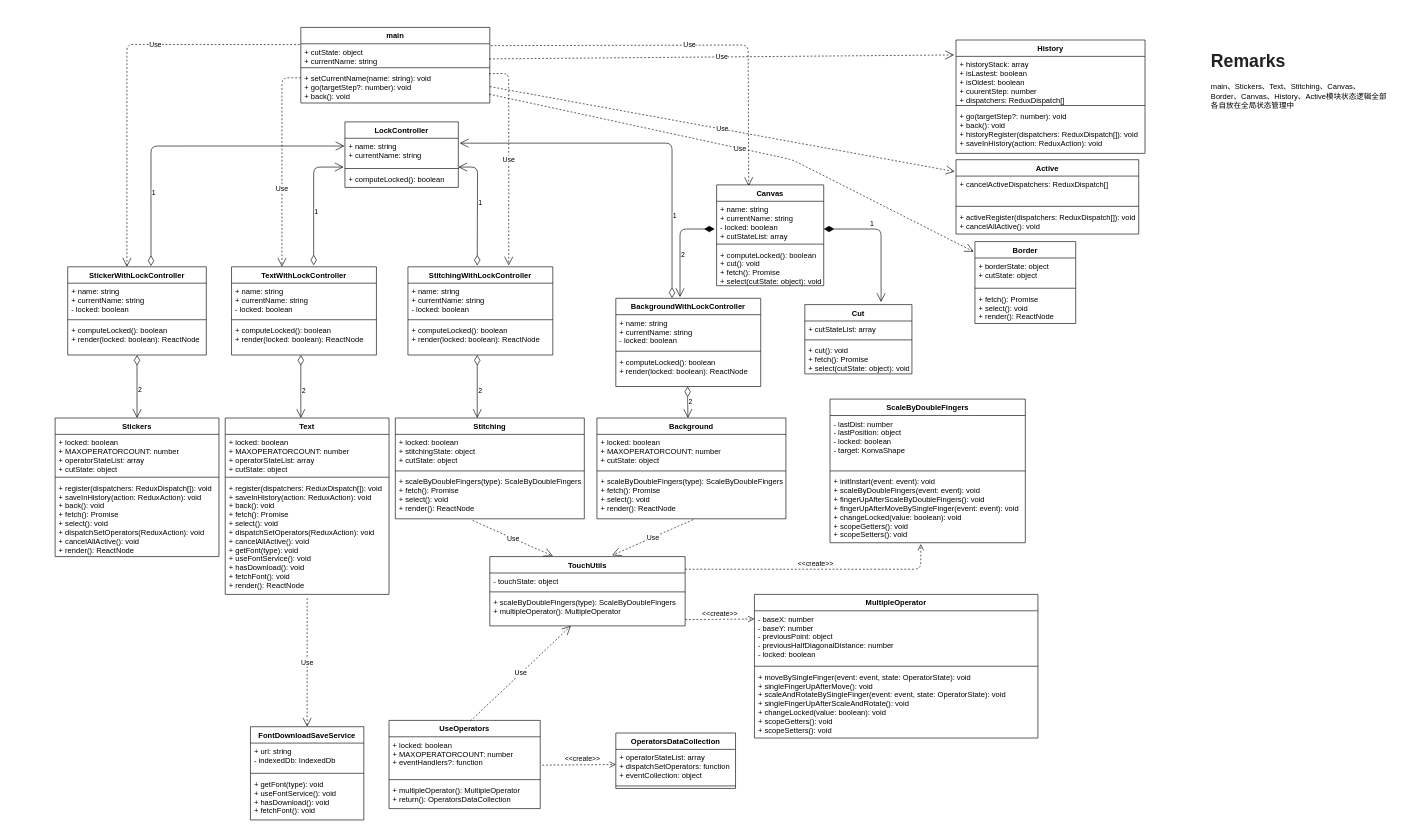
HiWayne/UMLDesign keeps this draw.io diagram as duitangFE/图文工具.drawio. Above is the earlier version. Source tidied: cells renumbered, new cells numbered last; positions are measured from the earlier drawing's top-left corner, leaving out a move shared by most shapes. Both pictures are drawn from the tidied source at 63%, with x=0, y=0 at pixel (55, 27).
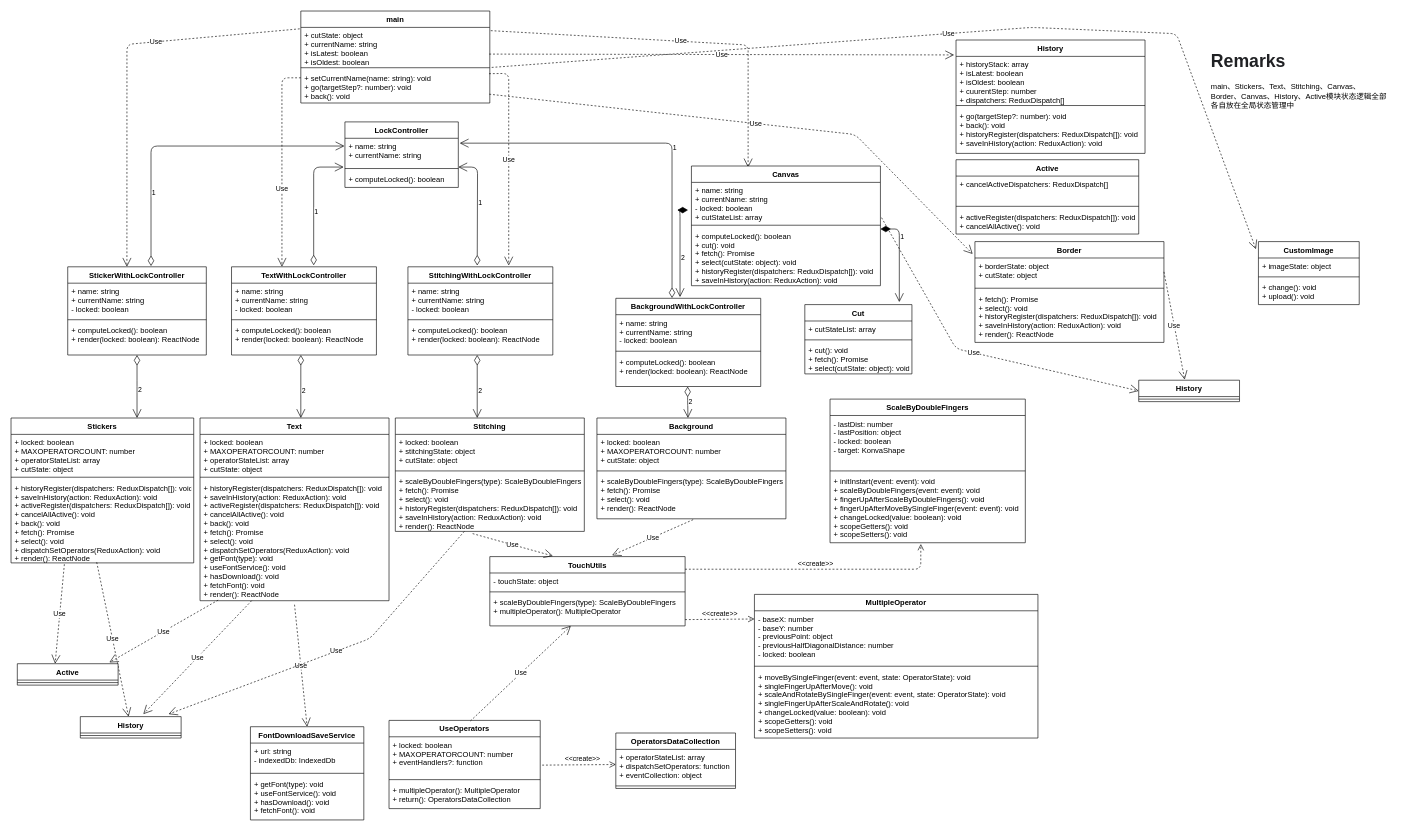
After the change.

Unchanged cells that the change refers to:
```xml
<mxCell id="12" value="+ name: string&#10;+ currentName: string" style="text;strokeColor=none;fillColor=none;align=left;verticalAlign=top;spacingLeft=4;spacingRight=4;overflow=hidden;points=[[0,0.5],[1,0.5]];portConstraint=eastwest;" parent="11" vertex="1">
  <mxGeometry y="26" width="180" height="44" as="geometry" />
</mxCell>
<mxCell id="24" value="BackgroundWithLockController" style="swimlane;fontStyle=1;align=center;verticalAlign=top;horizontal=1;startSize=26;" parent="1" vertex="1">
  <mxGeometry x="890" y="430" width="230" height="140" as="geometry" />
</mxCell>
<mxCell id="79" value="History" style="swimlane;fontStyle=1;align=center;verticalAlign=top;horizontal=1;startSize=26;fontColor=#000000;html=0;" parent="1" vertex="1">
  <mxGeometry x="1430" y="20" width="300" height="180" as="geometry" />
</mxCell>
<mxCell id="84" value="Cut" style="swimlane;fontStyle=1;align=center;verticalAlign=top;horizontal=1;startSize=26;fontColor=#000000;html=0;" parent="1" vertex="1">
  <mxGeometry x="1190" y="440" width="170" height="110" as="geometry" />
</mxCell>
<mxCell id="88" value="Active" style="swimlane;fontStyle=1;align=center;verticalAlign=top;horizontal=1;startSize=26;fontColor=#000000;html=0;" parent="1" vertex="1">
  <mxGeometry x="1430" y="210" width="290" height="118" as="geometry" />
</mxCell>
```

The edit, as a diff of the source:
```diff
@@
     <mxCell id="2" value="main" style="swimlane;fontStyle=1;align=center;verticalAlign=top;horizontal=1;startSize=26;" parent="1" vertex="1">
-      <mxGeometry x="390" width="300" height="120" as="geometry" />
+      <mxGeometry x="390" y="-26" width="300" height="146" as="geometry" />
     </mxCell>
-    <mxCell id="3" value="+ cutState: object&#10;+ currentName: string" style="text;strokeColor=none;fillColor=none;align=left;verticalAlign=top;spacingLeft=4;spacingRight=4;overflow=hidden;points=[[0,0.5],[1,0.5]];portConstraint=eastwest;" parent="2" vertex="1">
-      <mxGeometry y="26" width="300" height="34" as="geometry" />
+    <mxCell id="3" value="+ cutState: object&#10;+ currentName: string&#10;+ isLatest: boolean&#10;+ isOldest: boolean" style="text;strokeColor=none;fillColor=none;align=left;verticalAlign=top;spacingLeft=4;spacingRight=4;overflow=hidden;points=[[0,0.5],[1,0.5]];portConstraint=eastwest;" parent="2" vertex="1">
+      <mxGeometry y="26" width="300" height="60" as="geometry" />
     </mxCell>
     <mxCell id="4" style="line;strokeWidth=1;fillColor=none;align=left;verticalAlign=middle;spacingTop=-1;spacingLeft=3;spacingRight=3;labelPosition=right;" parent="2" vertex="1">
-      <mxGeometry y="60" width="300" height="8" as="geometry" />
+      <mxGeometry y="86" width="300" height="8" as="geometry" />
     </mxCell>
     <mxCell id="5" value="+ setCurrentName(name: string): void&#10;+ go(targetStep?: number): void&#10;+ back(): void" style="text;strokeColor=none;fillColor=none;align=left;verticalAlign=top;spacingLeft=4;spacingRight=4;overflow=hidden;points=[[0,0.5],[1,0.5]];portConstraint=eastwest;" parent="2" vertex="1">
-      <mxGeometry y="68" width="300" height="52" as="geometry" />
+      <mxGeometry y="94" width="300" height="52" as="geometry" />
     </mxCell>
@@
     <mxCell id="30" value="Stickers" style="swimlane;fontStyle=1;align=center;verticalAlign=top;horizontal=1;startSize=26;" parent="1" vertex="1">
-      <mxGeometry y="620" width="260" height="220" as="geometry" />
+      <mxGeometry x="-70" y="620" width="290" height="230" as="geometry" />
     </mxCell>
     <mxCell id="31" value="+ locked: boolean&#10;+ MAXOPERATORCOUNT: number&#10;+ operatorStateList: array&#10;+ cutState: object" style="text;strokeColor=none;fillColor=none;align=left;verticalAlign=top;spacingLeft=4;spacingRight=4;overflow=hidden;" parent="30" vertex="1">
-      <mxGeometry y="26" width="260" height="64" as="geometry" />
+      <mxGeometry y="26" width="290" height="64" as="geometry" />
     </mxCell>
     <mxCell id="32" style="line;strokeWidth=1;fillColor=none;align=left;verticalAlign=middle;spacingTop=-1;spacingLeft=3;spacingRight=3;labelPosition=right;" parent="30" vertex="1">
-      <mxGeometry y="90" width="260" height="8" as="geometry" />
+      <mxGeometry y="90" width="290" height="8" as="geometry" />
     </mxCell>
-    <mxCell id="33" value="+ register(dispatchers: ReduxDispatch[]): void&#10;+ saveInHistory(action: ReduxAction): void &#10;+ back(): void&#10;+ fetch(): Promise&#10;+ select(): void&#10;+ dispatchSetOperators(ReduxAction): void&#10;+ cancelAllActive(): void&#10;+ render(): ReactNode" style="text;strokeColor=none;fillColor=none;align=left;verticalAlign=top;spacingLeft=4;spacingRight=4;overflow=hidden;points=[[0,0.5],[1,0.5]];portConstraint=eastwest;" parent="30" vertex="1">
-      <mxGeometry y="98" width="260" height="122" as="geometry" />
+    <mxCell id="33" value="+ historyRegister(dispatchers: ReduxDispatch[]): void&#10;+ saveInHistory(action: ReduxAction): void&#10;+ activeRegister(dispatchers: ReduxDispatch[]): void&#10;+ cancelAllActive(): void&#10;+ back(): void&#10;+ fetch(): Promise&#10;+ select(): void&#10;+ dispatchSetOperators(ReduxAction): void&#10;+ render(): ReactNode" style="text;strokeColor=none;fillColor=none;align=left;verticalAlign=top;spacingLeft=4;spacingRight=4;overflow=hidden;points=[[0,0.5],[1,0.5]];portConstraint=eastwest;" parent="30" vertex="1">
+      <mxGeometry y="98" width="290" height="132" as="geometry" />
     </mxCell>
     <mxCell id="34" value="Text" style="swimlane;fontStyle=1;align=center;verticalAlign=top;horizontal=1;startSize=26;" parent="1" vertex="1">
-      <mxGeometry x="270" y="620" width="260" height="280" as="geometry" />
+      <mxGeometry x="230" y="620" width="300" height="290" as="geometry" />
     </mxCell>
     <mxCell id="35" value="+ locked: boolean&#10;+ MAXOPERATORCOUNT: number&#10;+ operatorStateList: array&#10;+ cutState: object" style="text;strokeColor=none;fillColor=none;align=left;verticalAlign=top;spacingLeft=4;spacingRight=4;overflow=hidden;" parent="34" vertex="1">
-      <mxGeometry y="26" width="260" height="64" as="geometry" />
+      <mxGeometry y="26" width="300" height="64" as="geometry" />
     </mxCell>
     <mxCell id="36" style="line;strokeWidth=1;fillColor=none;align=left;verticalAlign=middle;spacingTop=-1;spacingLeft=3;spacingRight=3;labelPosition=right;" parent="34" vertex="1">
-      <mxGeometry y="90" width="260" height="8" as="geometry" />
+      <mxGeometry y="90" width="300" height="8" as="geometry" />
     </mxCell>
-    <mxCell id="37" value="+ register(dispatchers: ReduxDispatch[]): void&#10;+ saveInHistory(action: ReduxAction): void&#10;+ back(): void&#10;+ fetch(): Promise&#10;+ select(): void&#10;+ dispatchSetOperators(ReduxAction): void&#10;+ cancelAllActive(): void&#10;+ getFont(type): void&#10;+ useFontService(): void&#10;+ hasDownload(): void&#10;+ fetchFont(): void&#10;+ render(): ReactNode" style="text;strokeColor=none;fillColor=none;align=left;verticalAlign=top;spacingLeft=4;spacingRight=4;overflow=hidden;points=[[0,0.5],[1,0.5]];portConstraint=eastwest;" parent="34" vertex="1">
-      <mxGeometry y="98" width="260" height="182" as="geometry" />
+    <mxCell id="37" value="+ historyRegister(dispatchers: ReduxDispatch[]): void&#10;+ saveInHistory(action: ReduxAction): void&#10;+ activeRegister(dispatchers: ReduxDispatch[]): void&#10;+ cancelAllActive(): void&#10;+ back(): void&#10;+ fetch(): Promise&#10;+ select(): void&#10;+ dispatchSetOperators(ReduxAction): void&#10;+ getFont(type): void&#10;+ useFontService(): void&#10;+ hasDownload(): void&#10;+ fetchFont(): void&#10;+ render(): ReactNode" style="text;strokeColor=none;fillColor=none;align=left;verticalAlign=top;spacingLeft=4;spacingRight=4;overflow=hidden;points=[[0,0.5],[1,0.5]];portConstraint=eastwest;" parent="34" vertex="1">
+      <mxGeometry y="98" width="300" height="192" as="geometry" />
     </mxCell>
     <mxCell id="38" value="Stitching" style="swimlane;fontStyle=1;align=center;verticalAlign=top;horizontal=1;startSize=26;" parent="1" vertex="1">
-      <mxGeometry x="540" y="620" width="300" height="160" as="geometry" />
+      <mxGeometry x="540" y="620" width="300" height="180" as="geometry" />
     </mxCell>
@@
-    <mxCell id="41" value="+ scaleByDoubleFingers(type): ScaleByDoubleFingers&#10;+ fetch(): Promise&#10;+ select(): void&#10;+ render(): ReactNode" style="text;strokeColor=none;fillColor=none;align=left;verticalAlign=top;spacingLeft=4;spacingRight=4;overflow=hidden;points=[[0,0.5],[1,0.5]];portConstraint=eastwest;" parent="38" vertex="1">
-      <mxGeometry y="88" width="300" height="72" as="geometry" />
+    <mxCell id="41" value="+ scaleByDoubleFingers(type): ScaleByDoubleFingers&#10;+ fetch(): Promise&#10;+ select(): void&#10;+ historyRegister(dispatchers: ReduxDispatch[]): void&#10;+ saveInHistory(action: ReduxAction): void&#10;+ render(): ReactNode" style="text;strokeColor=none;fillColor=none;align=left;verticalAlign=top;spacingLeft=4;spacingRight=4;overflow=hidden;points=[[0,0.5],[1,0.5]];portConstraint=eastwest;" parent="38" vertex="1">
+      <mxGeometry y="88" width="300" height="92" as="geometry" />
     </mxCell>
@@
     <mxCell id="57" value="1" style="endArrow=open;html=1;endSize=12;startArrow=diamondThin;startSize=14;startFill=0;edgeStyle=orthogonalEdgeStyle;align=left;verticalAlign=bottom;fontColor=#000000;exitX=0.388;exitY=-0.003;exitDx=0;exitDy=0;exitPerimeter=0;entryX=1.012;entryY=0.176;entryDx=0;entryDy=0;entryPerimeter=0;" parent="1" edge="1" source="24" target="12">
-      <mxGeometry x="-0.58" relative="1" as="geometry" />
+      <mxGeometry x="-0.21" relative="1" as="geometry" />
     </mxCell>
@@
-    <mxCell id="80" value="+ historyStack: array&#10;+ isLastest: boolean&#10;+ isOldest: boolean&#10;+ cuurentStep: number&#10;+ dispatchers: ReduxDispatch[]" style="text;strokeColor=none;fillColor=none;align=left;verticalAlign=top;spacingLeft=4;spacingRight=4;overflow=hidden;points=[[0,0.5],[1,0.5]];portConstraint=eastwest;" parent="79" vertex="1">
+    <mxCell id="80" value="+ historyStack: array&#10;+ isLatest: boolean&#10;+ isOldest: boolean&#10;+ cuurentStep: number&#10;+ dispatchers: ReduxDispatch[]" style="text;strokeColor=none;fillColor=none;align=left;verticalAlign=top;spacingLeft=4;spacingRight=4;overflow=hidden;points=[[0,0.5],[1,0.5]];portConstraint=eastwest;" parent="79" vertex="1">
       <mxGeometry y="26" width="300" height="74" as="geometry" />
     </mxCell>
@@
-    <mxCell id="92" value="Use" style="endArrow=open;endSize=12;dashed=1;html=1;fontColor=#000000;exitX=1;exitY=0.5;exitDx=0;exitDy=0;entryX=-0.007;entryY=0.16;entryDx=0;entryDy=0;entryPerimeter=0;" parent="1" edge="1" source="5" target="88">
-      <mxGeometry relative="1" as="geometry" />
-    </mxCell>
@@
     <mxCell id="98" value="Border" style="swimlane;fontStyle=1;align=center;verticalAlign=top;horizontal=1;startSize=26;" parent="1" vertex="1">
-      <mxGeometry x="1460" y="340" width="160" height="130" as="geometry" />
+      <mxGeometry x="1460" y="340" width="300" height="160" as="geometry" />
     </mxCell>
     <mxCell id="99" value="+ borderState: object&#10;+ cutState: object" style="text;strokeColor=none;fillColor=none;align=left;verticalAlign=top;spacingLeft=4;spacingRight=4;overflow=hidden;points=[[0,0.5],[1,0.5]];portConstraint=eastwest;" parent="98" vertex="1">
-      <mxGeometry y="26" width="160" height="44" as="geometry" />
+      <mxGeometry y="26" width="300" height="44" as="geometry" />
     </mxCell>
     <mxCell id="100" style="line;strokeWidth=1;fillColor=none;align=left;verticalAlign=middle;spacingTop=-1;spacingLeft=3;spacingRight=3;labelPosition=right;" parent="98" vertex="1">
-      <mxGeometry y="70" width="160" height="8" as="geometry" />
+      <mxGeometry y="70" width="300" height="8" as="geometry" />
     </mxCell>
-    <mxCell id="101" value="+ fetch(): Promise&#10;+ select(): void&#10;+ render(): ReactNode" style="text;strokeColor=none;fillColor=none;align=left;verticalAlign=top;spacingLeft=4;spacingRight=4;overflow=hidden;" parent="98" vertex="1">
-      <mxGeometry y="78" width="160" height="52" as="geometry" />
+    <mxCell id="101" value="+ fetch(): Promise&#10;+ select(): void&#10;+ historyRegister(dispatchers: ReduxDispatch[]): void&#10;+ saveInHistory(action: ReduxAction): void&#10;+ render(): ReactNode" style="text;strokeColor=none;fillColor=none;align=left;verticalAlign=top;spacingLeft=4;spacingRight=4;overflow=hidden;" parent="98" vertex="1">
+      <mxGeometry y="78" width="300" height="82" as="geometry" />
     </mxCell>
     <mxCell id="102" value="Use" style="endArrow=open;endSize=12;dashed=1;html=1;exitX=0.997;exitY=0.731;exitDx=0;exitDy=0;exitPerimeter=0;entryX=-0.012;entryY=0.123;entryDx=0;entryDy=0;entryPerimeter=0;" parent="1" edge="1" source="5" target="98">
       <mxGeometry relative="1" as="geometry">
         <Array as="points">
-          <mxPoint x="1170" y="210" />
+          <mxPoint x="1270" y="170" />
         </Array>
       </mxGeometry>
     </mxCell>
@@
     <mxCell id="104" value="Canvas" style="swimlane;fontStyle=1;align=center;verticalAlign=top;horizontal=1;startSize=26;" parent="1" vertex="1">
-      <mxGeometry x="1050" y="250" width="170" height="160" as="geometry" />
+      <mxGeometry x="1010" y="220" width="300" height="190" as="geometry" />
     </mxCell>
     <mxCell id="105" value="+ name: string&#10;+ currentName: string&#10;- locked: boolean&#10;+ cutStateList: array" style="text;strokeColor=none;fillColor=none;align=left;verticalAlign=top;spacingLeft=4;spacingRight=4;overflow=hidden;points=[[0,0.5],[1,0.5]];portConstraint=eastwest;" parent="104" vertex="1">
-      <mxGeometry y="26" width="170" height="64" as="geometry" />
+      <mxGeometry y="26" width="300" height="64" as="geometry" />
     </mxCell>
     <mxCell id="106" style="line;strokeWidth=1;fillColor=none;align=left;verticalAlign=middle;spacingTop=-1;spacingLeft=3;spacingRight=3;labelPosition=right;" parent="104" vertex="1">
-      <mxGeometry y="90" width="170" height="8" as="geometry" />
+      <mxGeometry y="90" width="300" height="8" as="geometry" />
     </mxCell>
-    <mxCell id="107" value="+ computeLocked(): boolean&#10;+ cut(): void&#10;+ fetch(): Promise&#10;+ select(cutState: object): void" style="text;strokeColor=none;fillColor=none;align=left;verticalAlign=top;spacingLeft=4;spacingRight=4;overflow=hidden;" parent="104" vertex="1">
-      <mxGeometry y="98" width="170" height="62" as="geometry" />
+    <mxCell id="107" value="+ computeLocked(): boolean&#10;+ cut(): void&#10;+ fetch(): Promise&#10;+ select(cutState: object): void&#10;+ historyRegister(dispatchers: ReduxDispatch[]): void&#10;+ saveInHistory(action: ReduxAction): void" style="text;strokeColor=none;fillColor=none;align=left;verticalAlign=top;spacingLeft=4;spacingRight=4;overflow=hidden;" parent="104" vertex="1">
+      <mxGeometry y="98" width="300" height="92" as="geometry" />
     </mxCell>
@@
-    <mxCell id="109" value="1" style="endArrow=open;html=1;endSize=12;startArrow=diamondThin;startSize=14;startFill=1;edgeStyle=orthogonalEdgeStyle;align=left;verticalAlign=bottom;entryX=0.712;entryY=-0.036;entryDx=0;entryDy=0;entryPerimeter=0;" parent="1" edge="1" target="84">
+    <mxCell id="109" value="1" style="endArrow=open;html=1;endSize=12;startArrow=diamondThin;startSize=14;startFill=1;edgeStyle=orthogonalEdgeStyle;align=left;verticalAlign=bottom;" parent="1" edge="1">
       <mxGeometry x="-0.3" relative="1" as="geometry">
-        <mxPoint x="1220" y="320" as="sourcePoint" />
+        <mxPoint x="1310" y="320" as="sourcePoint" />
+        <mxPoint x="1340" y="436" as="targetPoint" />
         <Array as="points">
-          <mxPoint x="1311" y="320" />
+          <mxPoint x="1340" y="320" />
+          <mxPoint x="1340" y="436" />
         </Array>
       </mxGeometry>
     </mxCell>
+    <mxCell id="110" value="Use" style="endArrow=open;endSize=12;dashed=1;html=1;exitX=0.469;exitY=0.992;exitDx=0;exitDy=0;exitPerimeter=0;" parent="1" edge="1" source="33" target="111">
+      <mxGeometry relative="1" as="geometry" />
+    </mxCell>
+    <mxCell id="111" value="History" style="swimlane;fontStyle=1;align=center;verticalAlign=top;horizontal=1;startSize=26;" parent="1" vertex="1">
+      <mxGeometry x="40" y="1094" width="160" height="34" as="geometry" />
+    </mxCell>
+    <mxCell id="112" style="line;strokeWidth=1;fillColor=none;align=left;verticalAlign=middle;spacingTop=-1;spacingLeft=3;spacingRight=3;labelPosition=right;" parent="111" vertex="1">
+      <mxGeometry y="26" width="160" height="8" as="geometry" />
+    </mxCell>
+    <mxCell id="113" value="Use" style="endArrow=open;endSize=12;dashed=1;html=1;exitX=0.273;exitY=1;exitDx=0;exitDy=0;exitPerimeter=0;" parent="1" edge="1" source="37">
+      <mxGeometry relative="1" as="geometry">
+        <mxPoint x="140" y="1090" as="targetPoint" />
+      </mxGeometry>
+    </mxCell>
+    <mxCell id="114" value="Use" style="endArrow=open;endSize=12;dashed=1;html=1;" parent="1" edge="1" source="41">
+      <mxGeometry relative="1" as="geometry">
+        <mxPoint x="180" y="1090" as="targetPoint" />
+        <Array as="points">
+          <mxPoint x="500" y="970" />
+        </Array>
+      </mxGeometry>
+    </mxCell>
+    <mxCell id="115" value="History" style="swimlane;fontStyle=1;align=center;verticalAlign=top;horizontal=1;startSize=26;" parent="1" vertex="1">
+      <mxGeometry x="1720" y="560" width="160" height="34" as="geometry" />
+    </mxCell>
+    <mxCell id="116" style="line;strokeWidth=1;fillColor=none;align=left;verticalAlign=middle;spacingTop=-1;spacingLeft=3;spacingRight=3;labelPosition=right;" parent="115" vertex="1">
+      <mxGeometry y="26" width="160" height="8" as="geometry" />
+    </mxCell>
+    <mxCell id="117" value="Use" style="endArrow=open;endSize=12;dashed=1;html=1;exitX=1.006;exitY=0.875;exitDx=0;exitDy=0;exitPerimeter=0;entryX=0;entryY=0.5;entryDx=0;entryDy=0;" parent="1" edge="1" source="105" target="115">
+      <mxGeometry relative="1" as="geometry">
+        <Array as="points">
+          <mxPoint x="1430" y="510" />
+        </Array>
+      </mxGeometry>
+    </mxCell>
+    <mxCell id="118" value="Use" style="endArrow=open;endSize=12;dashed=1;html=1;exitX=1;exitY=0.5;exitDx=0;exitDy=0;entryX=0.456;entryY=-0.029;entryDx=0;entryDy=0;entryPerimeter=0;" parent="1" edge="1" source="99" target="115">
+      <mxGeometry relative="1" as="geometry" />
+    </mxCell>
+    <mxCell id="119" value="Active" style="swimlane;fontStyle=1;align=center;verticalAlign=top;horizontal=1;startSize=26;" parent="1" vertex="1">
+      <mxGeometry x="-60" y="1010" width="160" height="34" as="geometry" />
+    </mxCell>
+    <mxCell id="120" style="line;strokeWidth=1;fillColor=none;align=left;verticalAlign=middle;spacingTop=-1;spacingLeft=3;spacingRight=3;labelPosition=right;" parent="119" vertex="1">
+      <mxGeometry y="26" width="160" height="8" as="geometry" />
+    </mxCell>
+    <mxCell id="121" value="Use" style="endArrow=open;endSize=12;dashed=1;html=1;exitX=0.292;exitY=1.016;exitDx=0;exitDy=0;exitPerimeter=0;entryX=0.375;entryY=0;entryDx=0;entryDy=0;entryPerimeter=0;" parent="1" edge="1" source="33" target="119">
+      <mxGeometry relative="1" as="geometry" />
+    </mxCell>
+    <mxCell id="122" value="Use" style="endArrow=open;endSize=12;dashed=1;html=1;exitX=0.096;exitY=0.995;exitDx=0;exitDy=0;exitPerimeter=0;entryX=0.913;entryY=-0.059;entryDx=0;entryDy=0;entryPerimeter=0;" parent="1" edge="1" source="37" target="119">
+      <mxGeometry relative="1" as="geometry" />
+    </mxCell>
+    <mxCell id="123" value="CustomImage" style="swimlane;fontStyle=1;align=center;verticalAlign=top;horizontal=1;startSize=26;" parent="1" vertex="1">
+      <mxGeometry x="1910" y="340" width="160" height="100" as="geometry" />
+    </mxCell>
+    <mxCell id="124" value="+ imageState: object" style="text;strokeColor=none;fillColor=none;align=left;verticalAlign=top;spacingLeft=4;spacingRight=4;overflow=hidden;" parent="123" vertex="1">
+      <mxGeometry y="26" width="160" height="26" as="geometry" />
+    </mxCell>
+    <mxCell id="125" style="line;strokeWidth=1;fillColor=none;align=left;verticalAlign=middle;spacingTop=-1;spacingLeft=3;spacingRight=3;labelPosition=right;" parent="123" vertex="1">
+      <mxGeometry y="52" width="160" height="8" as="geometry" />
+    </mxCell>
+    <mxCell id="126" value="+ change(): void&#10;+ upload(): void" style="text;strokeColor=none;fillColor=none;align=left;verticalAlign=top;spacingLeft=4;spacingRight=4;overflow=hidden;" parent="123" vertex="1">
+      <mxGeometry y="60" width="160" height="40" as="geometry" />
+    </mxCell>
+    <mxCell id="127" value="Use" style="endArrow=open;endSize=12;dashed=1;html=1;exitX=1.01;exitY=1.059;exitDx=0;exitDy=0;exitPerimeter=0;entryX=-0.025;entryY=0.12;entryDx=0;entryDy=0;entryPerimeter=0;" parent="1" edge="1" source="3" target="123">
+      <mxGeometry relative="1" as="geometry">
+        <Array as="points">
+          <mxPoint x="1550" />
+          <mxPoint x="1780" y="10" />
+        </Array>
+      </mxGeometry>
+    </mxCell>
```
